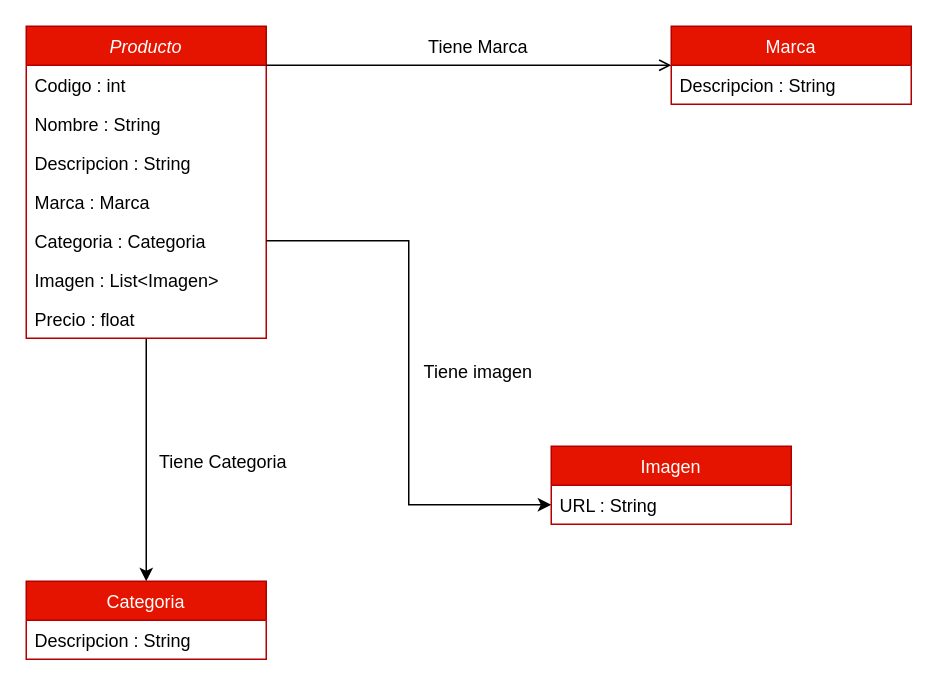
Earlier version of the draw.io diagram Dominio de Clases.drawio (mauroasselborn/tp-winform-equipo-a1). Source tidied: cells renumbered, new cells numbered last; positions are measured from the earlier drawing's top-left corner, leaving out a move shared by most shapes. Both pictures are drawn from the tidied source at 150%, with x=0, y=0 at pixel (26, 26).
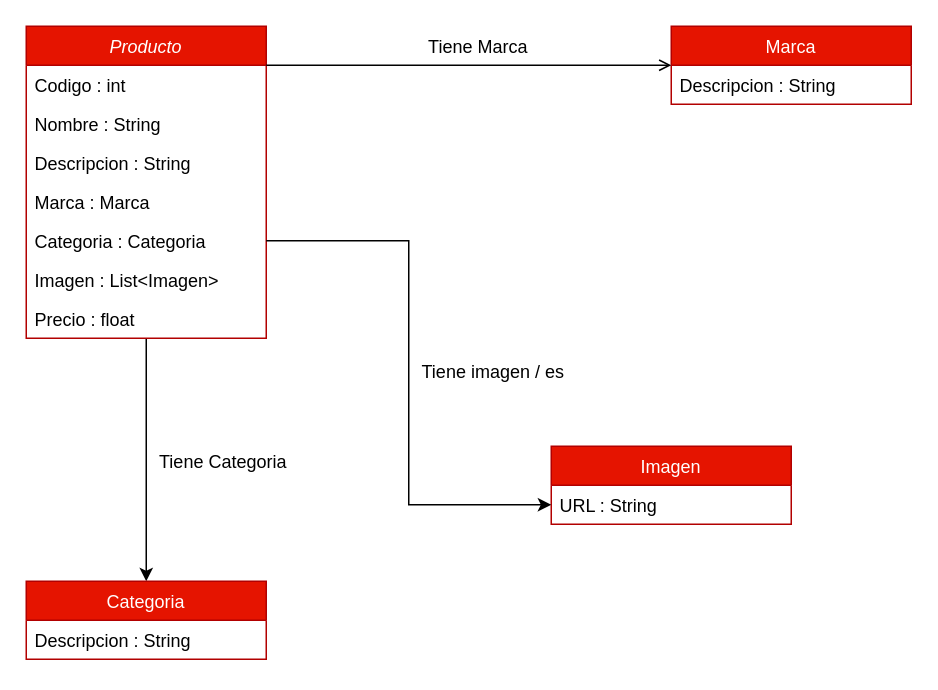
The same page after the edit.

Change to the diagram source:
```diff
@@
-    <mxCell id="20" value="Tiene&amp;nbsp;&lt;span style=&quot;background-color: initial;&quot;&gt;imagen&lt;/span&gt;" style="text;html=1;align=center;verticalAlign=middle;labelBackgroundColor=none;rounded=0;shadow=0;strokeWidth=1;fontSize=12;" parent="1" vertex="1">
-      <mxGeometry x="300" y="230" as="geometry" />
+    <mxCell id="20" value="Tiene&amp;nbsp;&lt;span style=&quot;background-color: initial;&quot;&gt;imagen / es&lt;/span&gt;" style="text;html=1;align=center;verticalAlign=middle;labelBackgroundColor=none;rounded=0;shadow=0;strokeWidth=1;fontSize=12;" parent="1" vertex="1">
+      <mxGeometry x="310" y="230" as="geometry" />
     </mxCell>
```
